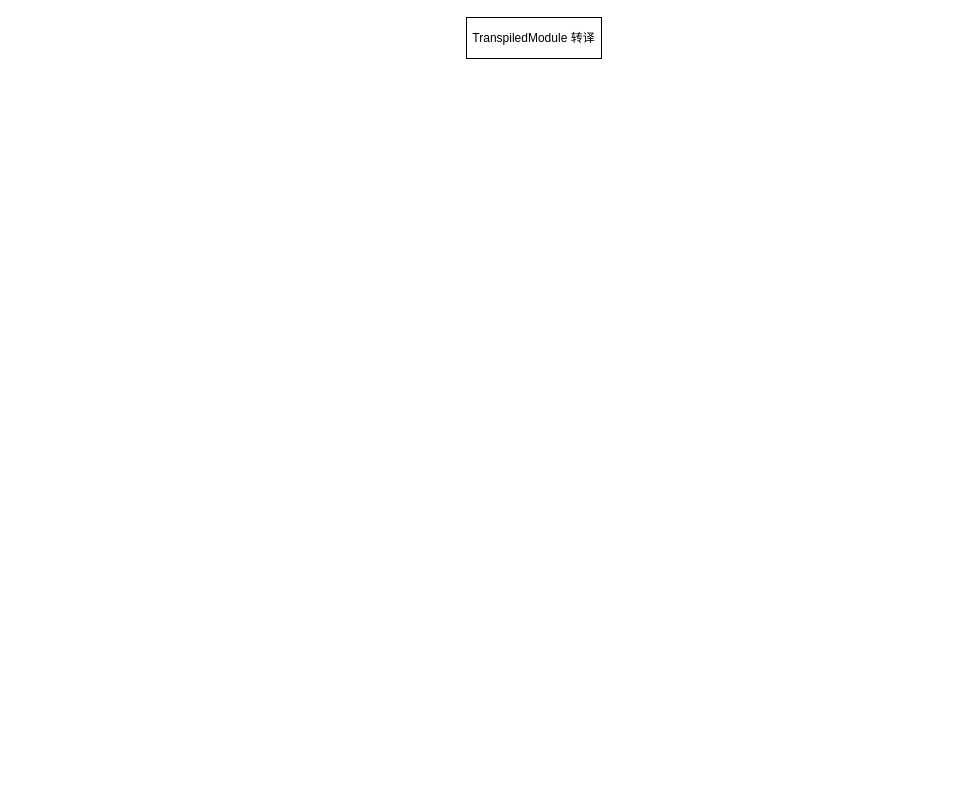
Earlier version of the draw.io diagram page "转译过程" (6 of 6) of source/_posts/drawio/codesandbox.drawio (ivan-94/bobi.ink). Source tidied: cells renumbered, new cells numbered last; positions are measured from the earlier drawing's top-left corner, leaving out a move shared by most shapes. Both pictures are drawn from the tidied source at 100%, with x=0, y=0 at pixel (466, 17).
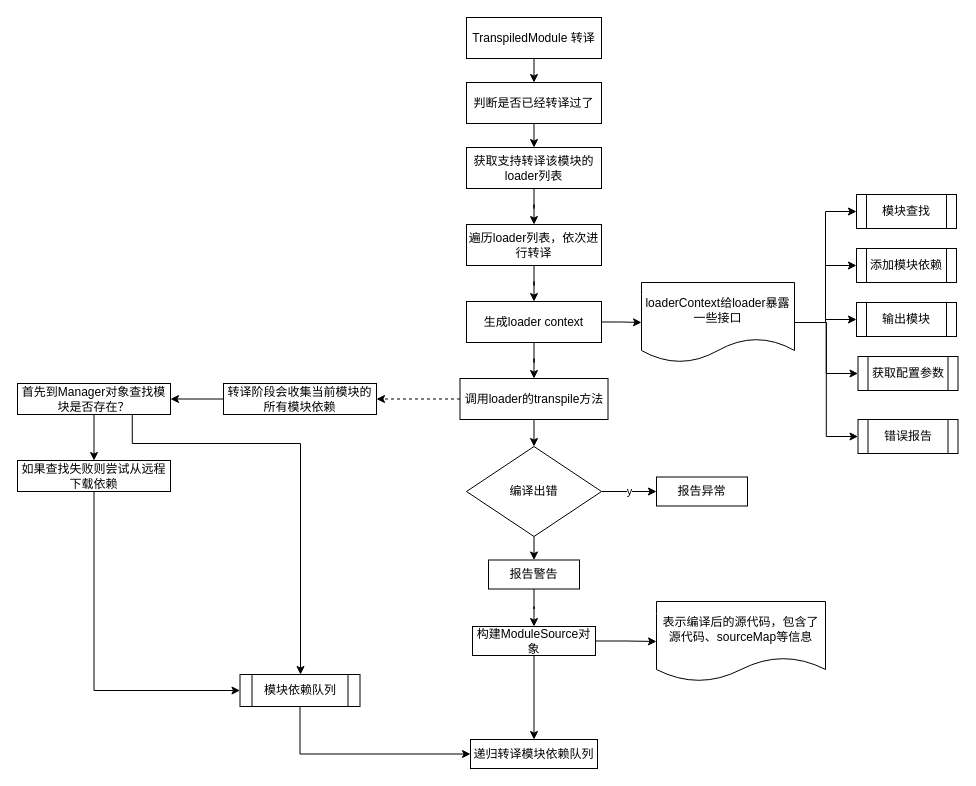
Above is the later version.

Commit message:
feat: codesandbox 转译阶段流程图

Unchanged cells that the change refers to:
```xml
<mxCell id="2" value="TranspiledModule 转译" style="rounded=0;whiteSpace=wrap;html=1;" parent="1" vertex="1">
  <mxGeometry width="135" height="41" as="geometry" />
</mxCell>
```

The edit, as a diff of the source:
```diff
@@
+    <mxCell id="3" style="edgeStyle=orthogonalEdgeStyle;rounded=0;jettySize=auto;html=1;exitX=0.5;exitY=1;exitDx=0;exitDy=0;entryX=0.5;entryY=0;entryDx=0;entryDy=0;" parent="1" edge="1" source="2" target="7">
+      <mxGeometry relative="1" as="geometry" />
+    </mxCell>
@@
+    <mxCell id="4" style="edgeStyle=orthogonalEdgeStyle;rounded=0;jettySize=auto;html=1;exitX=0.5;exitY=1;exitDx=0;exitDy=0;" parent="1" edge="1" source="5" target="9">
+      <mxGeometry relative="1" as="geometry" />
+    </mxCell>
+    <mxCell id="5" value="获取支持转译该模块的loader列表" style="rounded=0;whiteSpace=wrap;html=1;" parent="1" vertex="1">
+      <mxGeometry y="130" width="135" height="41" as="geometry" />
+    </mxCell>
+    <mxCell id="6" style="edgeStyle=orthogonalEdgeStyle;rounded=0;jettySize=auto;html=1;exitX=0.5;exitY=1;exitDx=0;exitDy=0;entryX=0.5;entryY=0;entryDx=0;entryDy=0;" parent="1" edge="1" source="7" target="5">
+      <mxGeometry relative="1" as="geometry" />
+    </mxCell>
+    <mxCell id="7" value="判断是否已经转译过了" style="rounded=0;whiteSpace=wrap;html=1;" parent="1" vertex="1">
+      <mxGeometry y="65" width="135" height="41" as="geometry" />
+    </mxCell>
+    <mxCell id="8" style="edgeStyle=orthogonalEdgeStyle;rounded=0;jettySize=auto;html=1;exitX=0.5;exitY=1;exitDx=0;exitDy=0;" parent="1" edge="1" source="9" target="12">
+      <mxGeometry relative="1" as="geometry" />
+    </mxCell>
+    <mxCell id="9" value="遍历loader列表，依次进行转译" style="rounded=0;whiteSpace=wrap;html=1;" parent="1" vertex="1">
+      <mxGeometry y="207" width="135" height="41" as="geometry" />
+    </mxCell>
+    <mxCell id="10" style="edgeStyle=orthogonalEdgeStyle;rounded=0;jettySize=auto;html=1;exitX=1;exitY=0.5;exitDx=0;exitDy=0;" parent="1" edge="1" source="12" target="18">
+      <mxGeometry relative="1" as="geometry" />
+    </mxCell>
+    <mxCell id="11" style="edgeStyle=orthogonalEdgeStyle;rounded=0;jettySize=auto;html=1;exitX=0.5;exitY=1;exitDx=0;exitDy=0;" parent="1" edge="1" source="12" target="21">
+      <mxGeometry relative="1" as="geometry" />
+    </mxCell>
+    <mxCell id="12" value="生成loader context" style="rounded=0;whiteSpace=wrap;html=1;" parent="1" vertex="1">
+      <mxGeometry y="284" width="135" height="41" as="geometry" />
+    </mxCell>
+    <mxCell id="13" style="edgeStyle=orthogonalEdgeStyle;rounded=0;jettySize=auto;html=1;exitX=1;exitY=0.5;exitDx=0;exitDy=0;entryX=0;entryY=0.5;entryDx=0;entryDy=0;" parent="1" edge="1" source="18" target="22">
+      <mxGeometry relative="1" as="geometry" />
+    </mxCell>
+    <mxCell id="14" style="edgeStyle=orthogonalEdgeStyle;rounded=0;jettySize=auto;html=1;exitX=1;exitY=0.5;exitDx=0;exitDy=0;entryX=0;entryY=0.5;entryDx=0;entryDy=0;" parent="1" edge="1" source="18" target="23">
+      <mxGeometry relative="1" as="geometry" />
+    </mxCell>
+    <mxCell id="15" style="edgeStyle=orthogonalEdgeStyle;rounded=0;jettySize=auto;html=1;exitX=1;exitY=0.5;exitDx=0;exitDy=0;entryX=0;entryY=0.5;entryDx=0;entryDy=0;" parent="1" edge="1" source="18" target="24">
+      <mxGeometry relative="1" as="geometry" />
+    </mxCell>
+    <mxCell id="16" style="edgeStyle=orthogonalEdgeStyle;rounded=0;jettySize=auto;html=1;exitX=1;exitY=0.5;exitDx=0;exitDy=0;entryX=0;entryY=0.5;entryDx=0;entryDy=0;" parent="1" edge="1" source="18" target="25">
+      <mxGeometry relative="1" as="geometry" />
+    </mxCell>
+    <mxCell id="17" style="edgeStyle=orthogonalEdgeStyle;rounded=0;jettySize=auto;html=1;exitX=1;exitY=0.5;exitDx=0;exitDy=0;entryX=0;entryY=0.5;entryDx=0;entryDy=0;" parent="1" edge="1" source="18" target="26">
+      <mxGeometry relative="1" as="geometry" />
+    </mxCell>
+    <mxCell id="18" value="loaderContext给loader暴露一些接口" style="shape=document;whiteSpace=wrap;html=1;boundedLbl=1;" parent="1" vertex="1">
+      <mxGeometry x="175" y="265" width="153" height="80" as="geometry" />
+    </mxCell>
+    <mxCell id="19" style="edgeStyle=orthogonalEdgeStyle;rounded=0;jettySize=auto;html=1;exitX=0.5;exitY=1;exitDx=0;exitDy=0;entryX=0.5;entryY=0;entryDx=0;entryDy=0;" parent="1" edge="1" source="21" target="29">
+      <mxGeometry relative="1" as="geometry" />
+    </mxCell>
+    <mxCell id="20" style="edgeStyle=orthogonalEdgeStyle;rounded=0;jettySize=auto;html=1;exitX=0;exitY=0.5;exitDx=0;exitDy=0;dashed=1;" parent="1" edge="1" source="21" target="39">
+      <mxGeometry relative="1" as="geometry" />
+    </mxCell>
+    <mxCell id="21" value="调用loader的transpile方法" style="rounded=0;whiteSpace=wrap;html=1;" parent="1" vertex="1">
+      <mxGeometry x="-6.5" y="361" width="148" height="41" as="geometry" />
+    </mxCell>
+    <mxCell id="22" value="模块查找" style="shape=process;whiteSpace=wrap;html=1;backgroundOutline=1;" parent="1" vertex="1">
+      <mxGeometry x="390" y="177" width="100" height="34" as="geometry" />
+    </mxCell>
+    <mxCell id="23" value="添加模块依赖" style="shape=process;whiteSpace=wrap;html=1;backgroundOutline=1;" parent="1" vertex="1">
+      <mxGeometry x="390" y="231" width="100" height="34" as="geometry" />
+    </mxCell>
+    <mxCell id="24" value="输出模块" style="shape=process;whiteSpace=wrap;html=1;backgroundOutline=1;" parent="1" vertex="1">
+      <mxGeometry x="390" y="285" width="100" height="34" as="geometry" />
+    </mxCell>
+    <mxCell id="25" value="获取配置参数" style="shape=process;whiteSpace=wrap;html=1;backgroundOutline=1;" parent="1" vertex="1">
+      <mxGeometry x="391.5" y="339" width="100" height="34" as="geometry" />
+    </mxCell>
+    <mxCell id="26" value="错误报告" style="shape=process;whiteSpace=wrap;html=1;backgroundOutline=1;" parent="1" vertex="1">
+      <mxGeometry x="391.5" y="402" width="100" height="34" as="geometry" />
+    </mxCell>
+    <mxCell id="27" value="y" style="edgeStyle=orthogonalEdgeStyle;rounded=0;jettySize=auto;html=1;exitX=1;exitY=0.5;exitDx=0;exitDy=0;entryX=0;entryY=0.5;entryDx=0;entryDy=0;" parent="1" edge="1" source="29" target="30">
+      <mxGeometry relative="1" as="geometry" />
+    </mxCell>
+    <mxCell id="28" style="edgeStyle=orthogonalEdgeStyle;rounded=0;jettySize=auto;html=1;exitX=0.5;exitY=1;exitDx=0;exitDy=0;entryX=0.5;entryY=0;entryDx=0;entryDy=0;" parent="1" edge="1" source="29" target="32">
+      <mxGeometry relative="1" as="geometry" />
+    </mxCell>
+    <mxCell id="29" value="编译出错" style="rhombus;whiteSpace=wrap;html=1;" parent="1" vertex="1">
+      <mxGeometry y="429" width="135" height="90" as="geometry" />
+    </mxCell>
+    <mxCell id="30" value="报告异常" style="rounded=0;whiteSpace=wrap;html=1;" parent="1" vertex="1">
+      <mxGeometry x="190" y="459.5" width="91" height="29" as="geometry" />
+    </mxCell>
+    <mxCell id="31" style="edgeStyle=orthogonalEdgeStyle;rounded=0;jettySize=auto;html=1;exitX=0.5;exitY=1;exitDx=0;exitDy=0;" parent="1" edge="1" source="32" target="35">
+      <mxGeometry relative="1" as="geometry" />
+    </mxCell>
+    <mxCell id="32" value="报告警告" style="rounded=0;whiteSpace=wrap;html=1;" parent="1" vertex="1">
+      <mxGeometry x="22" y="542.5" width="91" height="29" as="geometry" />
+    </mxCell>
+    <mxCell id="33" style="edgeStyle=orthogonalEdgeStyle;rounded=0;jettySize=auto;html=1;exitX=1;exitY=0.5;exitDx=0;exitDy=0;" parent="1" edge="1" source="35" target="36">
+      <mxGeometry relative="1" as="geometry" />
+    </mxCell>
+    <mxCell id="34" style="edgeStyle=orthogonalEdgeStyle;rounded=0;jettySize=auto;html=1;exitX=0.5;exitY=1;exitDx=0;exitDy=0;" parent="1" edge="1" source="35" target="46">
+      <mxGeometry relative="1" as="geometry" />
+    </mxCell>
+    <mxCell id="35" value="构建ModuleSource对象" style="rounded=0;whiteSpace=wrap;html=1;" parent="1" vertex="1">
+      <mxGeometry x="6" y="609" width="123" height="29" as="geometry" />
+    </mxCell>
+    <mxCell id="36" value="表示编译后的源代码，包含了源代码、sourceMap等信息" style="shape=document;whiteSpace=wrap;html=1;boundedLbl=1;" parent="1" vertex="1">
+      <mxGeometry x="190" y="584" width="169" height="80" as="geometry" />
+    </mxCell>
+    <mxCell id="37" style="edgeStyle=orthogonalEdgeStyle;rounded=0;jettySize=auto;html=1;exitX=0.75;exitY=1;exitDx=0;exitDy=0;" parent="1" edge="1" source="43" target="41">
+      <mxGeometry relative="1" as="geometry">
+        <Array as="points">
+          <mxPoint x="-334" y="426" />
+          <mxPoint x="-166" y="426" />
+        </Array>
+      </mxGeometry>
+    </mxCell>
+    <mxCell id="38" style="edgeStyle=orthogonalEdgeStyle;rounded=0;jettySize=auto;html=1;exitX=0;exitY=0.5;exitDx=0;exitDy=0;" parent="1" edge="1" source="39" target="43">
+      <mxGeometry relative="1" as="geometry" />
+    </mxCell>
+    <mxCell id="39" value="转译阶段会收集当前模块的所有模块依赖" style="rounded=0;whiteSpace=wrap;html=1;" parent="1" vertex="1">
+      <mxGeometry x="-243" y="366" width="153" height="31" as="geometry" />
+    </mxCell>
+    <mxCell id="40" style="edgeStyle=orthogonalEdgeStyle;rounded=0;jettySize=auto;html=1;exitX=0.5;exitY=1;exitDx=0;exitDy=0;entryX=0;entryY=0.5;entryDx=0;entryDy=0;" parent="1" edge="1" source="41" target="46">
+      <mxGeometry relative="1" as="geometry" />
+    </mxCell>
+    <mxCell id="41" value="模块依赖队列" style="shape=process;whiteSpace=wrap;html=1;backgroundOutline=1;" parent="1" vertex="1">
+      <mxGeometry x="-226.5" y="657" width="120" height="32" as="geometry" />
+    </mxCell>
+    <mxCell id="42" style="edgeStyle=orthogonalEdgeStyle;rounded=0;jettySize=auto;html=1;exitX=0.5;exitY=1;exitDx=0;exitDy=0;" parent="1" edge="1" source="43" target="45">
+      <mxGeometry relative="1" as="geometry" />
+    </mxCell>
+    <mxCell id="43" value="首先到Manager对象查找模块是否存在？" style="rounded=0;whiteSpace=wrap;html=1;" parent="1" vertex="1">
+      <mxGeometry x="-449" y="366" width="153" height="31" as="geometry" />
+    </mxCell>
+    <mxCell id="44" style="edgeStyle=orthogonalEdgeStyle;rounded=0;jettySize=auto;html=1;exitX=0.5;exitY=1;exitDx=0;exitDy=0;entryX=0;entryY=0.5;entryDx=0;entryDy=0;" parent="1" edge="1" source="45" target="41">
+      <mxGeometry relative="1" as="geometry" />
+    </mxCell>
+    <mxCell id="45" value="如果查找失败则尝试从远程下载依赖" style="rounded=0;whiteSpace=wrap;html=1;" parent="1" vertex="1">
+      <mxGeometry x="-449" y="443" width="153" height="31" as="geometry" />
+    </mxCell>
+    <mxCell id="46" value="递归转译模块依赖队列" style="rounded=0;whiteSpace=wrap;html=1;" parent="1" vertex="1">
+      <mxGeometry x="4" y="722" width="127" height="29" as="geometry" />
+    </mxCell>
```
